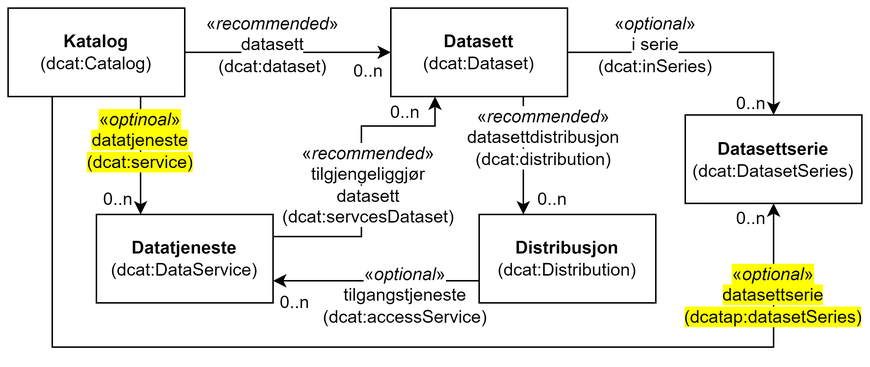
Informasjonsforvaltning/dcat-ap-no keeps this draw.io diagram as docs/images/DCAT-AP-NO-forenklet-modell.png. Above is the earlier version. Source tidied: cells renumbered, new cells last; positions are measured from the earlier drawing's top-left corner, leaving out a move shared by most shapes.
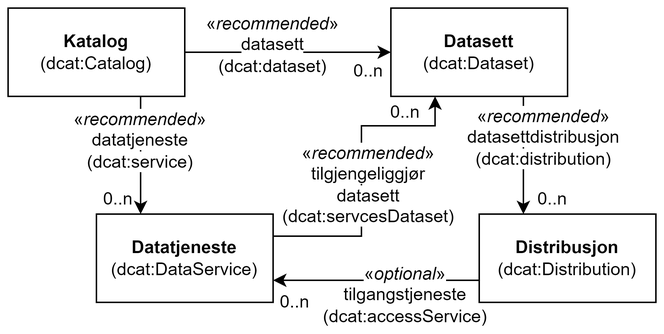
After the change.

Commit message:
Oppdaterer forenklet modell

Change to the diagram source:
```diff
@@ -29,25 +29,9 @@
     <mxCell id="10" value="0..n" style="text;html=1;strokeColor=none;fillColor=none;align=center;verticalAlign=middle;whiteSpace=wrap;rounded=0;" parent="1" vertex="1">
       <mxGeometry x="355" y="120" width="30" height="20" as="geometry" />
     </mxCell>
-    <mxCell id="11" value="&lt;b&gt;Datasettserie&lt;/b&gt;&lt;br&gt;(dcat:DatasetSeries)" style="rounded=0;whiteSpace=wrap;html=1;" parent="1" vertex="1">
-      <mxGeometry x="460" y="72.5" width="120" height="60" as="geometry" />
-    </mxCell>
-    <mxCell id="12" value="0..n" style="text;html=1;strokeColor=none;fillColor=none;align=center;verticalAlign=middle;whiteSpace=wrap;rounded=0;" parent="1" vertex="1">
-      <mxGeometry x="490" y="132.5" width="30" height="20" as="geometry" />
-    </mxCell>
     <mxCell id="13" value="0..n" style="text;html=1;strokeColor=none;fillColor=none;align=center;verticalAlign=middle;whiteSpace=wrap;rounded=0;" parent="1" vertex="1">
       <mxGeometry x="255" y="56" width="30" height="30" as="geometry" />
     </mxCell>
-    <mxCell id="14" style="endArrow=classic;html=1;rounded=0;entryX=0.5;entryY=0;entryDx=0;entryDy=0;exitX=1;exitY=0.5;exitDx=0;exitDy=0;" parent="1" edge="1" source="3" target="11">
-      <mxGeometry relative="1" as="geometry">
-        <Array as="points">
-          <mxPoint x="520" y="30" />
-        </Array>
-      </mxGeometry>
-    </mxCell>
-    <mxCell id="15" value="&lt;span style=&quot;background-color: rgb(255, 255, 255);&quot;&gt;«&lt;i&gt;optional&lt;/i&gt;»&lt;br&gt;i serie&lt;br&gt;(dcat:inSeries)&lt;/span&gt;" style="text;html=1;strokeColor=none;fillColor=none;align=center;verticalAlign=middle;whiteSpace=wrap;rounded=0;" parent="1" vertex="1">
-      <mxGeometry x="410" y="10" width="60" height="30" as="geometry" />
-    </mxCell>
     <mxCell id="16" style="endArrow=classic;html=1;rounded=0;exitX=1;exitY=0.25;exitDx=0;exitDy=0;entryX=0.25;entryY=1;entryDx=0;entryDy=0;" parent="1" edge="1" source="7" target="3">
       <mxGeometry relative="1" as="geometry">
         <Array as="points">
@@ -72,7 +56,7 @@
     <mxCell id="21" style="endArrow=classic;html=1;rounded=0;exitX=0.75;exitY=1;exitDx=0;exitDy=0;entryX=0.25;entryY=0;entryDx=0;entryDy=0;" parent="1" edge="1" source="2" target="7">
       <mxGeometry relative="1" as="geometry" />
     </mxCell>
-    <mxCell id="22" value="&lt;span style=&quot;background-color: rgb(255, 255, 0);&quot;&gt;«&lt;i style=&quot;&quot;&gt;optinoal&lt;/i&gt;»&lt;br&gt;datatjeneste&lt;br&gt;(dcat:service)&lt;/span&gt;" style="text;html=1;strokeColor=none;fillColor=none;align=center;verticalAlign=middle;whiteSpace=wrap;rounded=0;" parent="1" vertex="1">
+    <mxCell id="22" value="&lt;span style=&quot;background-color: rgb(255, 255, 255);&quot;&gt;«&lt;i style=&quot;&quot;&gt;recommended&lt;/i&gt;»&lt;br&gt;datatjeneste&lt;br&gt;(dcat:service)&lt;/span&gt;" style="text;html=1;strokeColor=none;fillColor=none;align=center;verticalAlign=middle;whiteSpace=wrap;rounded=0;" parent="1" vertex="1">
       <mxGeometry x="60" y="75" width="60" height="30" as="geometry" />
     </mxCell>
     <mxCell id="23" value="0..n" style="text;html=1;strokeColor=none;fillColor=none;align=center;verticalAlign=middle;whiteSpace=wrap;rounded=0;" parent="1" vertex="1">
@@ -81,19 +65,5 @@
     <mxCell id="24" value="&lt;span style=&quot;background-color: rgb(255, 255, 255);&quot;&gt;«&lt;i&gt;recommended&lt;/i&gt;»&lt;br&gt;datasettdistribusjon&lt;br&gt;(dcat:distribution)&lt;/span&gt;" style="text;html=1;strokeColor=none;fillColor=none;align=center;verticalAlign=middle;whiteSpace=wrap;rounded=0;" parent="1" vertex="1">
       <mxGeometry x="334" y="72.5" width="60" height="30" as="geometry" />
     </mxCell>
-    <mxCell id="25" style="endArrow=classic;html=1;rounded=0;exitX=0.25;exitY=1;exitDx=0;exitDy=0;entryX=0.5;entryY=1;entryDx=0;entryDy=0;" parent="1" edge="1" source="2" target="11">
-      <mxGeometry relative="1" as="geometry">
-        <Array as="points">
-          <mxPoint x="30" y="230" />
-          <mxPoint x="520" y="230" />
-        </Array>
-      </mxGeometry>
-    </mxCell>
-    <mxCell id="26" value="&lt;span style=&quot;background-color: rgb(255, 255, 0);&quot;&gt;«&lt;i&gt;optional&lt;/i&gt;»&lt;br&gt;datasettserie&lt;br&gt;(dcatap:datasetSeries)&lt;/span&gt;" style="text;html=1;strokeColor=none;fillColor=none;align=center;verticalAlign=middle;whiteSpace=wrap;rounded=0;" parent="1" vertex="1">
-      <mxGeometry x="490" y="180" width="60" height="30" as="geometry" />
-    </mxCell>
-    <mxCell id="27" value="0..n" style="text;html=1;strokeColor=none;fillColor=none;align=center;verticalAlign=middle;whiteSpace=wrap;rounded=0;" parent="1" vertex="1">
-      <mxGeometry x="490" y="55" width="30" height="20" as="geometry" />
-    </mxCell>
   </root>
 </mxGraphModel>
```
